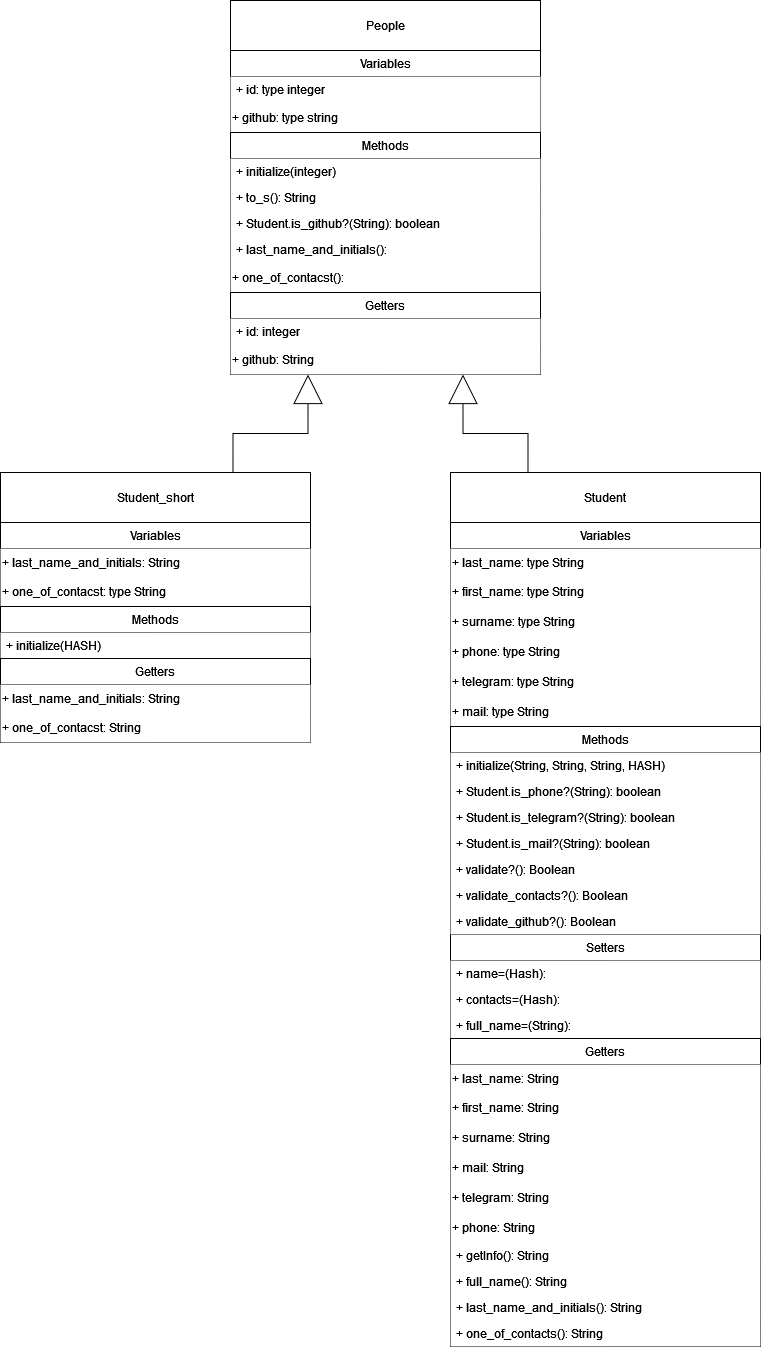
Above: Ruby_Kernel_classes_and_models/class_diagram.png in KIJEMORI/Design_Patterns_Ruby (draw.io), before the change. Source tidied: cells renumbered, new cells last; positions are measured from the earlier drawing's top-left corner, leaving out a move shared by most shapes.
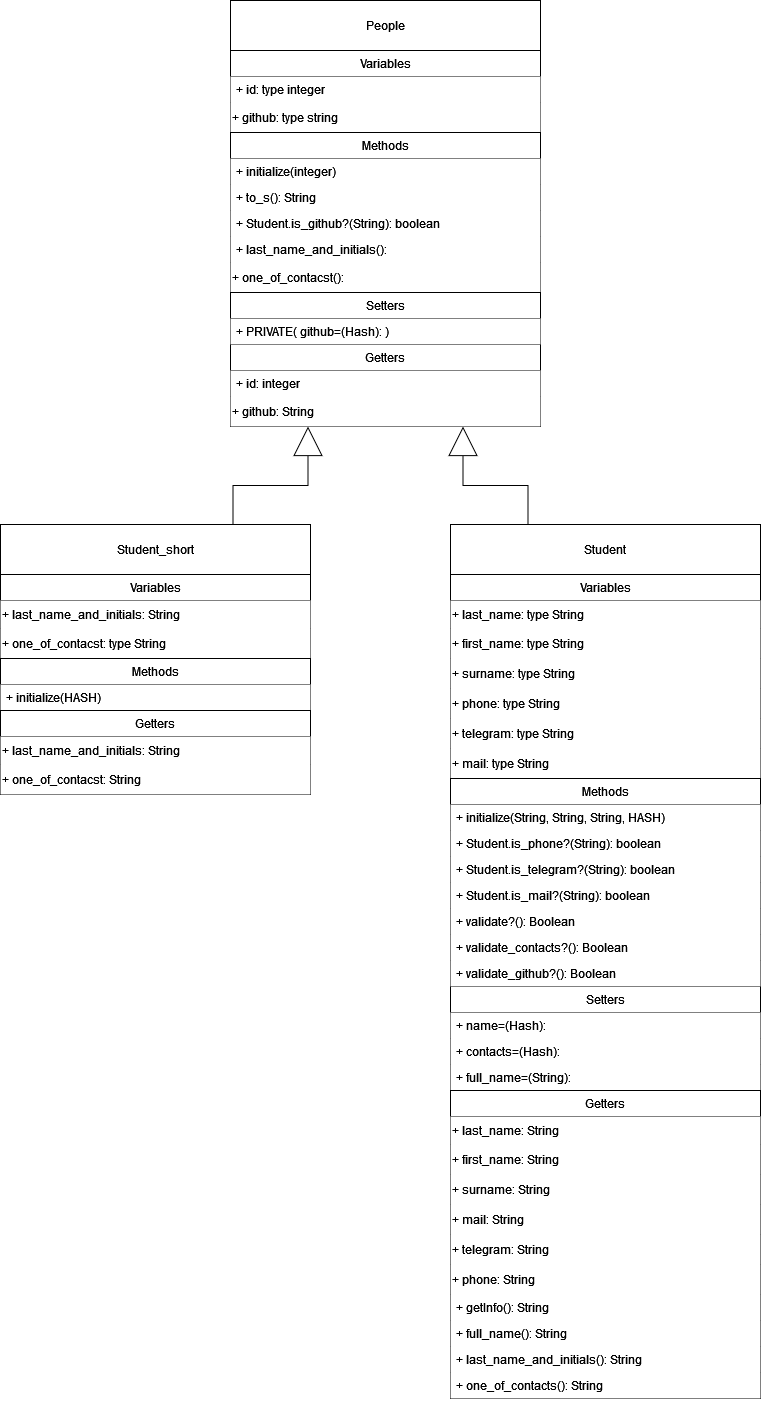
The same file after the commit.

Commit message:
Lab 2 | Task 2 | little fixes

Добавил приватный сеттер на диаграмме классов, удалил объективно ненужный метод из класса Student

What changed in the source:
```diff
@@ -96,10 +96,10 @@
       <mxGeometry y="26" width="310" height="26" as="geometry" />
     </mxCell>
     <mxCell id="33" value="People" style="html=1;whiteSpace=wrap;" parent="1" vertex="1">
-      <mxGeometry x="230" width="310" height="50" as="geometry" />
+      <mxGeometry x="230" y="-52" width="310" height="50" as="geometry" />
     </mxCell>
     <mxCell id="34" value="Variables" style="swimlane;fontStyle=0;horizontal=1;startSize=26;fillColor=default;whiteSpace=wrap;html=1;" parent="1" vertex="1">
-      <mxGeometry x="230" y="50" width="310" height="82" as="geometry" />
+      <mxGeometry x="230" y="-2" width="310" height="82" as="geometry" />
     </mxCell>
     <mxCell id="35" value="&lt;div&gt;+ id: type integer&lt;/div&gt;" style="text;strokeColor=none;fillColor=#FFFFFF;align=left;verticalAlign=top;spacingLeft=4;spacingRight=4;overflow=hidden;whiteSpace=wrap;html=1;" parent="34" vertex="1">
       <mxGeometry y="26" width="310" height="26" as="geometry" />
@@ -108,7 +108,7 @@
       <mxGeometry y="52" width="310" height="30" as="geometry" />
     </mxCell>
     <mxCell id="37" value="Methods" style="swimlane;fontStyle=0;horizontal=1;startSize=26;fillColor=default;whiteSpace=wrap;html=1;" parent="1" vertex="1">
-      <mxGeometry x="230" y="132" width="310" height="160" as="geometry" />
+      <mxGeometry x="230" y="80" width="310" height="160" as="geometry" />
     </mxCell>
     <mxCell id="38" value="+ initialize(integer)" style="text;strokeColor=none;fillColor=#FFFFFF;align=left;verticalAlign=top;spacingLeft=4;spacingRight=4;overflow=hidden;whiteSpace=wrap;html=1;" parent="37" vertex="1">
       <mxGeometry y="26" width="310" height="26" as="geometry" />
@@ -167,5 +167,11 @@
     <mxCell id="56" value="+ validate_github?(): Boolean" style="text;strokeColor=none;fillColor=#FFFFFF;align=left;verticalAlign=top;spacingLeft=4;spacingRight=4;overflow=hidden;whiteSpace=wrap;html=1;" parent="49" vertex="1">
       <mxGeometry y="182" width="310" height="26" as="geometry" />
     </mxCell>
+    <mxCell id="57" value="Setters" style="swimlane;fontStyle=0;horizontal=1;startSize=26;fillColor=default;whiteSpace=wrap;html=1;" parent="1" vertex="1">
+      <mxGeometry x="230" y="240" width="310" height="52" as="geometry" />
+    </mxCell>
+    <mxCell id="58" value="+ PRIVATE( github=(Hash): )" style="text;strokeColor=none;fillColor=#FFFFFF;align=left;verticalAlign=top;spacingLeft=4;spacingRight=4;overflow=hidden;whiteSpace=wrap;html=1;" parent="57" vertex="1">
+      <mxGeometry y="26" width="310" height="26" as="geometry" />
+    </mxCell>
   </root>
 </mxGraphModel>
```
